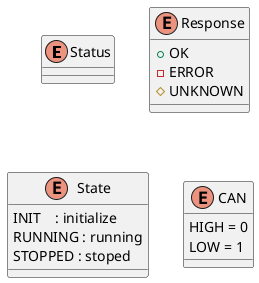
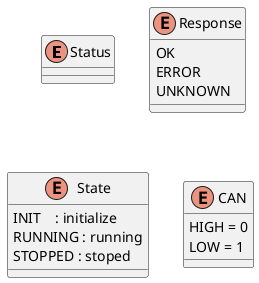
' *******************************************************************************
' Copyright (c) 2026 Contributors to the Eclipse Foundation
'
' See the NOTICE file(s) distributed with this work for additional
' information regarding copyright ownership.
'
' This program and the accompanying materials are made available under the
' terms of the Apache License Version 2.0 which is available at
' https://www.apache.org/licenses/LICENSE-2.0
'
' SPDX-License-Identifier: Apache-2.0
' *******************************************************************************
@startuml enum

enum Status

enum Response {
-     +OK
-     -ERROR
-     #UNKNOWN
+   OK
+   ERROR
+   UNKNOWN
}

enum State {
  INIT    : initialize
  RUNNING : running
  STOPPED : stoped
}

enum CAN {
    HIGH = 0
    LOW = 1
}

@enduml
